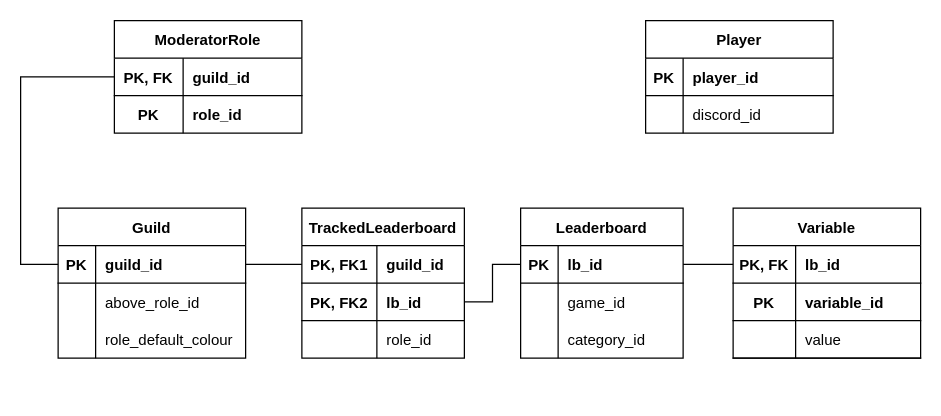
Before: srcwrsbot.drawio in mitchell-merry/src-wrs-bot-v2, a draw.io diagram. Source tidied: cells renumbered, new cells numbered last; positions are measured from the earlier drawing's top-left corner, leaving out a move shared by most shapes. Both pictures are drawn from the tidied source at 125%, with x=0, y=0 at pixel (20, 20).
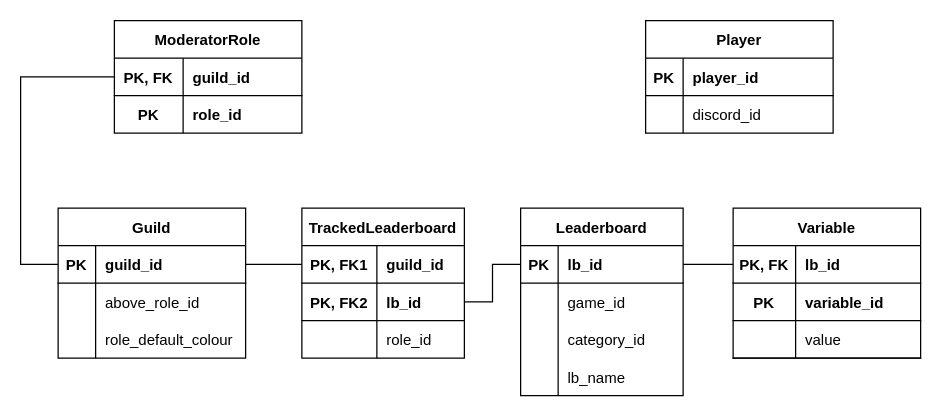
The same diagram, later.

Commit message (it also covers changes not shown here):
Re-add lb_name to diagram and entity.

Change to the diagram source:
```diff
@@
     <mxCell id="3" value="Leaderboard" style="shape=table;startSize=30;childLayout=tableLayout;rowLines=0;fontStyle=1;align=center;" parent="1" vertex="1">
-      <mxGeometry x="400" y="150" width="130" height="120" as="geometry" />
+      <mxGeometry x="400" y="150" width="130" height="150" as="geometry" />
     </mxCell>
@@
+    <mxCell id="60" style="shape=partialRectangle;fillColor=none;top=0;left=0;right=0;bottom=0;" parent="3" vertex="1">
+      <mxGeometry y="120" width="130" height="30" as="geometry" />
+    </mxCell>
+    <mxCell id="61" style="shape=partialRectangle;overflow=hidden;fillColor=none;top=0;left=0;bottom=0;right=0;" parent="60" vertex="1">
+      <mxGeometry width="30" height="30" as="geometry" />
+    </mxCell>
+    <mxCell id="62" value="lb_name" style="shape=partialRectangle;overflow=hidden;fillColor=none;top=0;left=0;bottom=0;right=0;align=left;spacingLeft=6;" parent="60" vertex="1">
+      <mxGeometry x="30" width="100" height="30" as="geometry" />
+    </mxCell>
```
